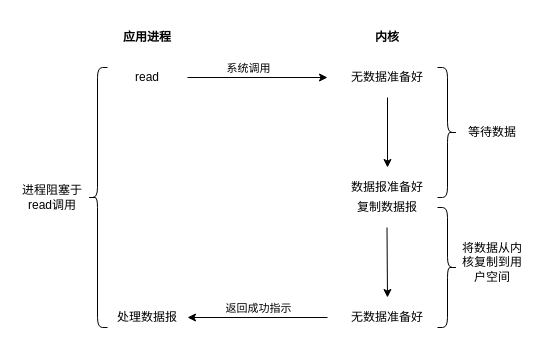
Earlier version of the draw.io diagram network_programming/未命名绘图.drawio (tx469541153/graph). Source tidied: cells renumbered, new cells numbered last; positions are measured from the earlier drawing's top-left corner, leaving out a move shared by most shapes. Both pictures are drawn from the tidied source at 100%, with x=0, y=0 at pixel (17, 17).
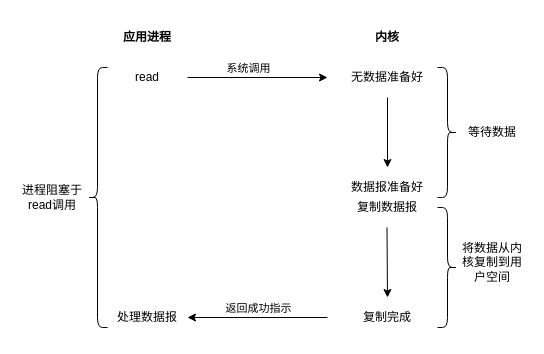
The same diagram, later.

Commit message:
更新未命名绘图.drawio

Change to the diagram source:
```diff
@@
-    <mxCell id="14" value="无数据准备好" style="text;html=1;strokeColor=none;fillColor=none;align=center;verticalAlign=middle;whiteSpace=wrap;rounded=0;" parent="1" vertex="1">
+    <mxCell id="14" value="复制完成" style="text;html=1;strokeColor=none;fillColor=none;align=center;verticalAlign=middle;whiteSpace=wrap;rounded=0;" parent="1" vertex="1">
       <mxGeometry x="330" y="280" width="80" height="40" as="geometry" />
     </mxCell>
```
